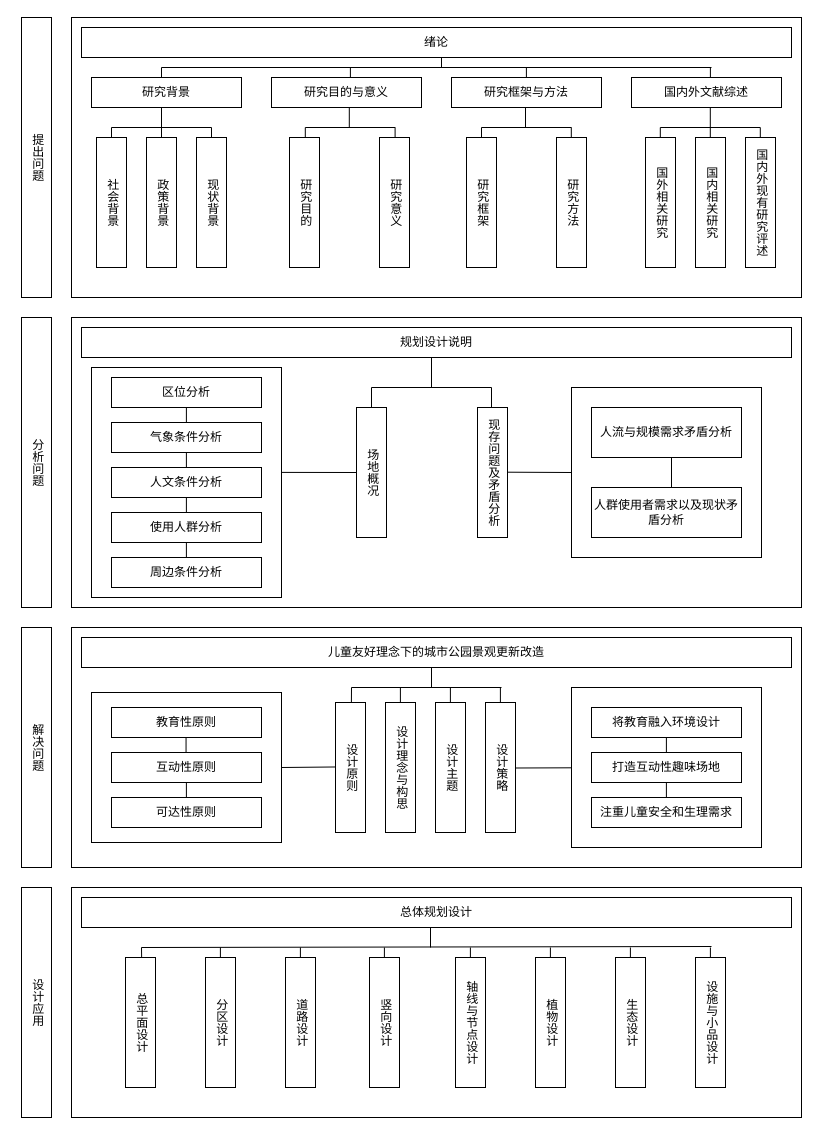
Earlier version of the draw.io diagram 框图.drawio (GushanFall/draw.io). Source tidied: cells renumbered, new cells numbered last; positions are measured from the earlier drawing's top-left corner, leaving out a move shared by most shapes. Both pictures are drawn from the tidied source at 100%, with x=0, y=0 at pixel (21, 17).
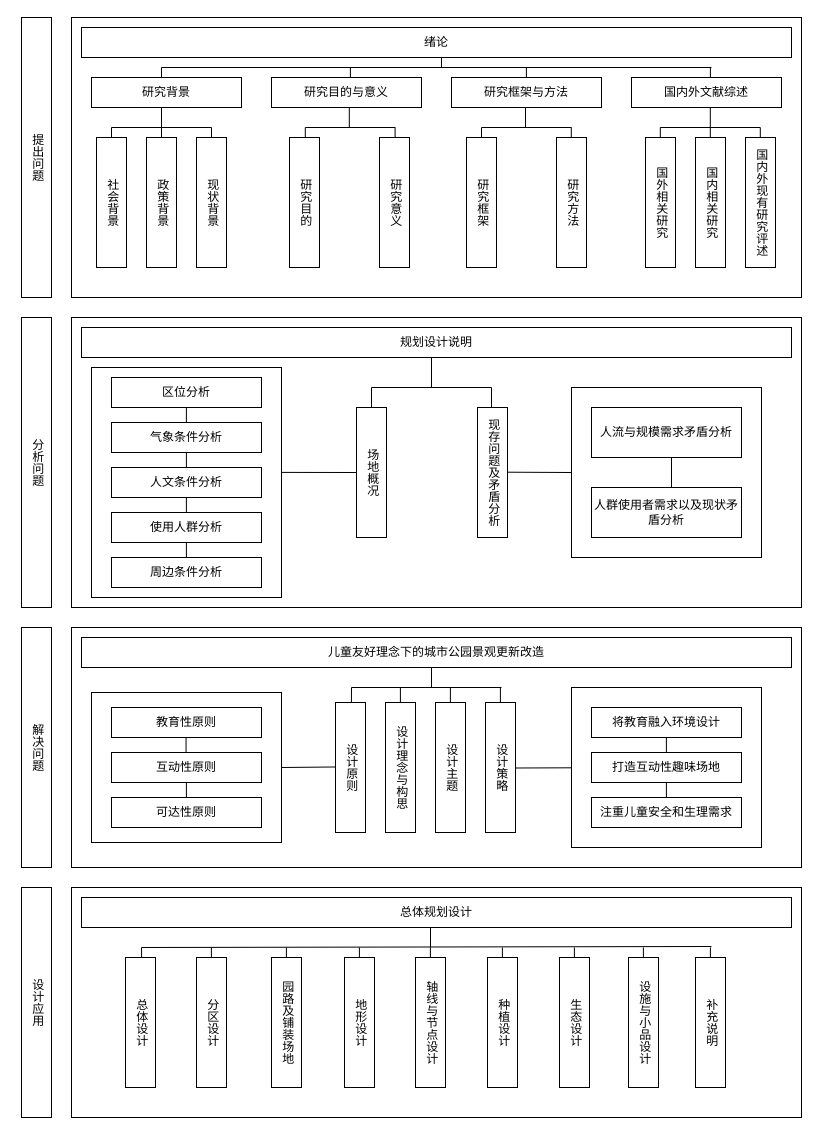
The same diagram, later.

Diff of the diagram source:
```diff
@@
-    <mxCell id="51" value="总平面设计" style="rounded=0;whiteSpace=wrap;html=1;textDirection=vertical-rl;" parent="1" vertex="1">
+    <mxCell id="51" value="总体设计" style="rounded=0;whiteSpace=wrap;html=1;textDirection=vertical-rl;" parent="1" vertex="1">
       <mxGeometry x="104" y="940" width="30" height="130" as="geometry" />
     </mxCell>
-    <mxCell id="52" value="道路设计" style="rounded=0;whiteSpace=wrap;html=1;textDirection=vertical-rl;" parent="1" vertex="1">
-      <mxGeometry x="264" y="940" width="30" height="130" as="geometry" />
+    <mxCell id="52" value="园路及铺装场地" style="rounded=0;whiteSpace=wrap;html=1;textDirection=vertical-rl;" parent="1" vertex="1">
+      <mxGeometry x="250" y="940" width="30" height="130" as="geometry" />
     </mxCell>
     <mxCell id="53" value="分区设计" style="rounded=0;whiteSpace=wrap;html=1;textDirection=vertical-rl;" parent="1" vertex="1">
-      <mxGeometry x="184" y="940" width="30" height="130" as="geometry" />
+      <mxGeometry x="175" y="940" width="30" height="130" as="geometry" />
     </mxCell>
-    <mxCell id="54" value="竖向设计" style="rounded=0;whiteSpace=wrap;html=1;textDirection=vertical-rl;" parent="1" vertex="1">
-      <mxGeometry x="348" y="940" width="30" height="130" as="geometry" />
+    <mxCell id="54" value="地形设计" style="rounded=0;whiteSpace=wrap;html=1;textDirection=vertical-rl;" parent="1" vertex="1">
+      <mxGeometry x="323" y="940" width="30" height="130" as="geometry" />
     </mxCell>
     <mxCell id="55" value="轴线与节点设计" style="rounded=0;whiteSpace=wrap;html=1;textDirection=vertical-rl;" parent="1" vertex="1">
-      <mxGeometry x="434" y="940" width="30" height="130" as="geometry" />
+      <mxGeometry x="394" y="940" width="30" height="130" as="geometry" />
     </mxCell>
-    <mxCell id="56" value="植物设计" style="rounded=0;whiteSpace=wrap;html=1;textDirection=vertical-rl;" parent="1" vertex="1">
-      <mxGeometry x="514" y="940" width="30" height="130" as="geometry" />
+    <mxCell id="56" value="种植设计" style="rounded=0;whiteSpace=wrap;html=1;textDirection=vertical-rl;" parent="1" vertex="1">
+      <mxGeometry x="466" y="940" width="30" height="130" as="geometry" />
     </mxCell>
     <mxCell id="57" value="生态设计" style="rounded=0;whiteSpace=wrap;html=1;textDirection=vertical-rl;" parent="1" vertex="1">
-      <mxGeometry x="594" y="940" width="30" height="130" as="geometry" />
+      <mxGeometry x="538" y="940" width="30" height="130" as="geometry" />
     </mxCell>
     <mxCell id="58" value="设施与小品设计" style="rounded=0;whiteSpace=wrap;html=1;textDirection=vertical-rl;" parent="1" vertex="1">
-      <mxGeometry x="674" y="940" width="30" height="130" as="geometry" />
+      <mxGeometry x="607" y="940" width="30" height="130" as="geometry" />
     </mxCell>
@@
     <mxCell id="62" style="endArrow=none;html=1;rounded=0;exitX=0.538;exitY=0;exitDx=0;exitDy=0;exitPerimeter=0;" parent="1" edge="1">
       <mxGeometry relative="1" as="geometry">
-        <mxPoint x="198.9" y="940" as="sourcePoint" />
-        <mxPoint x="198.9" y="930" as="targetPoint" />
+        <mxPoint x="189.9" y="940" as="sourcePoint" />
+        <mxPoint x="189.9" y="930" as="targetPoint" />
       </mxGeometry>
     </mxCell>
     <mxCell id="63" style="endArrow=none;html=1;rounded=0;exitX=0.538;exitY=0;exitDx=0;exitDy=0;exitPerimeter=0;" parent="1" edge="1">
       <mxGeometry relative="1" as="geometry">
-        <mxPoint x="278.9" y="940" as="sourcePoint" />
-        <mxPoint x="278.9" y="930" as="targetPoint" />
+        <mxPoint x="264.9" y="940" as="sourcePoint" />
+        <mxPoint x="264.9" y="930" as="targetPoint" />
       </mxGeometry>
     </mxCell>
     <mxCell id="64" style="endArrow=none;html=1;rounded=0;exitX=0.538;exitY=0;exitDx=0;exitDy=0;exitPerimeter=0;" parent="1" edge="1">
       <mxGeometry relative="1" as="geometry">
-        <mxPoint x="362.9" y="940" as="sourcePoint" />
-        <mxPoint x="362.9" y="930" as="targetPoint" />
+        <mxPoint x="337.9" y="940" as="sourcePoint" />
+        <mxPoint x="337.9" y="930" as="targetPoint" />
       </mxGeometry>
     </mxCell>
     <mxCell id="65" style="endArrow=none;html=1;rounded=0;exitX=0.538;exitY=0;exitDx=0;exitDy=0;exitPerimeter=0;" parent="1" edge="1">
       <mxGeometry relative="1" as="geometry">
-        <mxPoint x="448.9" y="940" as="sourcePoint" />
-        <mxPoint x="448.9" y="930" as="targetPoint" />
+        <mxPoint x="408.9" y="940" as="sourcePoint" />
+        <mxPoint x="408.9" y="930" as="targetPoint" />
       </mxGeometry>
     </mxCell>
     <mxCell id="66" style="endArrow=none;html=1;rounded=0;exitX=0.538;exitY=0;exitDx=0;exitDy=0;exitPerimeter=0;" parent="1" edge="1">
       <mxGeometry relative="1" as="geometry">
-        <mxPoint x="528.9" y="940" as="sourcePoint" />
-        <mxPoint x="528.9" y="930" as="targetPoint" />
+        <mxPoint x="480.9" y="940" as="sourcePoint" />
+        <mxPoint x="480.9" y="930" as="targetPoint" />
       </mxGeometry>
     </mxCell>
     <mxCell id="67" style="endArrow=none;html=1;rounded=0;exitX=0.538;exitY=0;exitDx=0;exitDy=0;exitPerimeter=0;" parent="1" edge="1">
       <mxGeometry relative="1" as="geometry">
-        <mxPoint x="608.9" y="940" as="sourcePoint" />
-        <mxPoint x="608.9" y="930" as="targetPoint" />
+        <mxPoint x="552.9" y="940" as="sourcePoint" />
+        <mxPoint x="552.9" y="930" as="targetPoint" />
       </mxGeometry>
     </mxCell>
     <mxCell id="68" style="endArrow=none;html=1;rounded=0;exitX=0.538;exitY=0;exitDx=0;exitDy=0;exitPerimeter=0;" parent="1" edge="1">
       <mxGeometry relative="1" as="geometry">
-        <mxPoint x="688.9" y="940" as="sourcePoint" />
-        <mxPoint x="688.9" y="930" as="targetPoint" />
+        <mxPoint x="621.9" y="940" as="sourcePoint" />
+        <mxPoint x="621.9" y="930" as="targetPoint" />
       </mxGeometry>
     </mxCell>
@@
+    <mxCell id="114" value="补充说明" style="rounded=0;whiteSpace=wrap;html=1;textDirection=vertical-rl;" parent="1" vertex="1">
+      <mxGeometry x="674" y="940" width="30" height="130" as="geometry" />
+    </mxCell>
+    <mxCell id="115" style="endArrow=none;html=1;rounded=0;exitX=0.538;exitY=0;exitDx=0;exitDy=0;exitPerimeter=0;" parent="1" edge="1">
+      <mxGeometry relative="1" as="geometry">
+        <mxPoint x="688.9" y="940" as="sourcePoint" />
+        <mxPoint x="688.9" y="930" as="targetPoint" />
+      </mxGeometry>
+    </mxCell>
```
